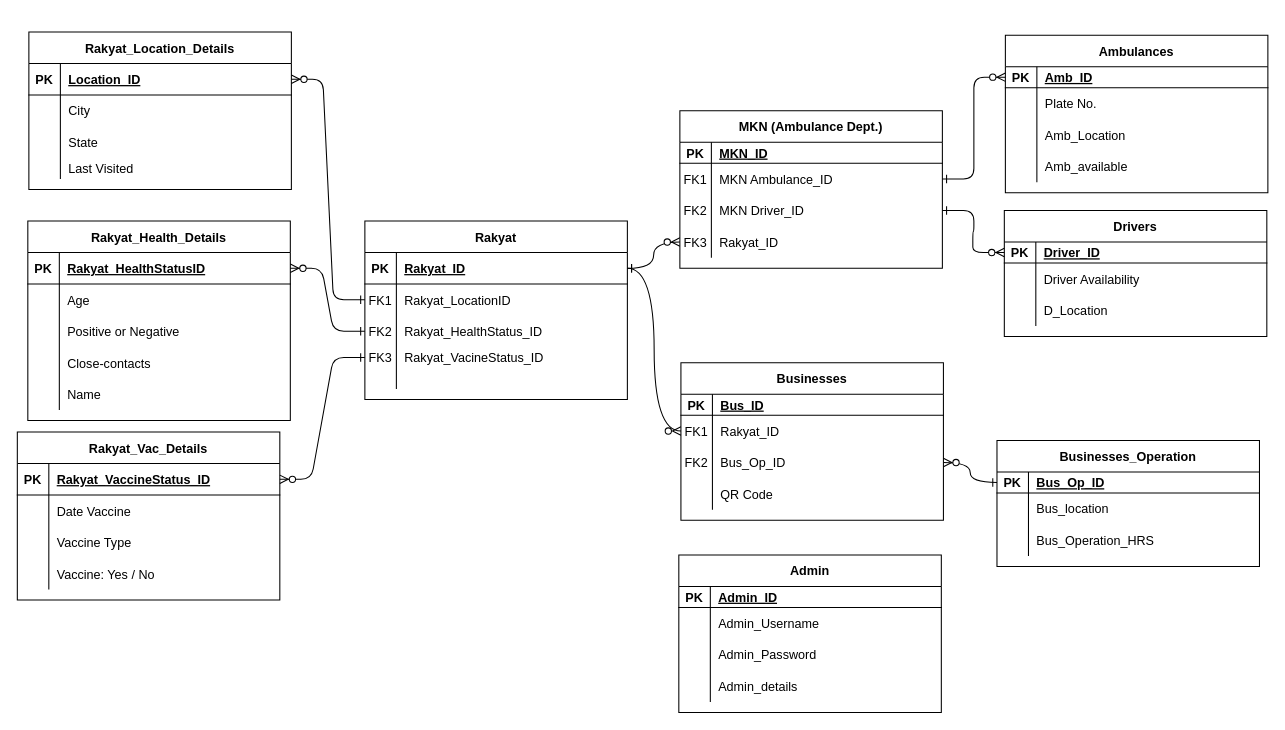
Before: ERD2.drawio in AmirAini/BackEndDay1, a draw.io diagram. Source tidied: cells renumbered, new cells numbered last; positions are measured from the earlier drawing's top-left corner, leaving out a move shared by most shapes. Both pictures are drawn from the tidied source at 105%, with x=0, y=0 at pixel (17, 32).
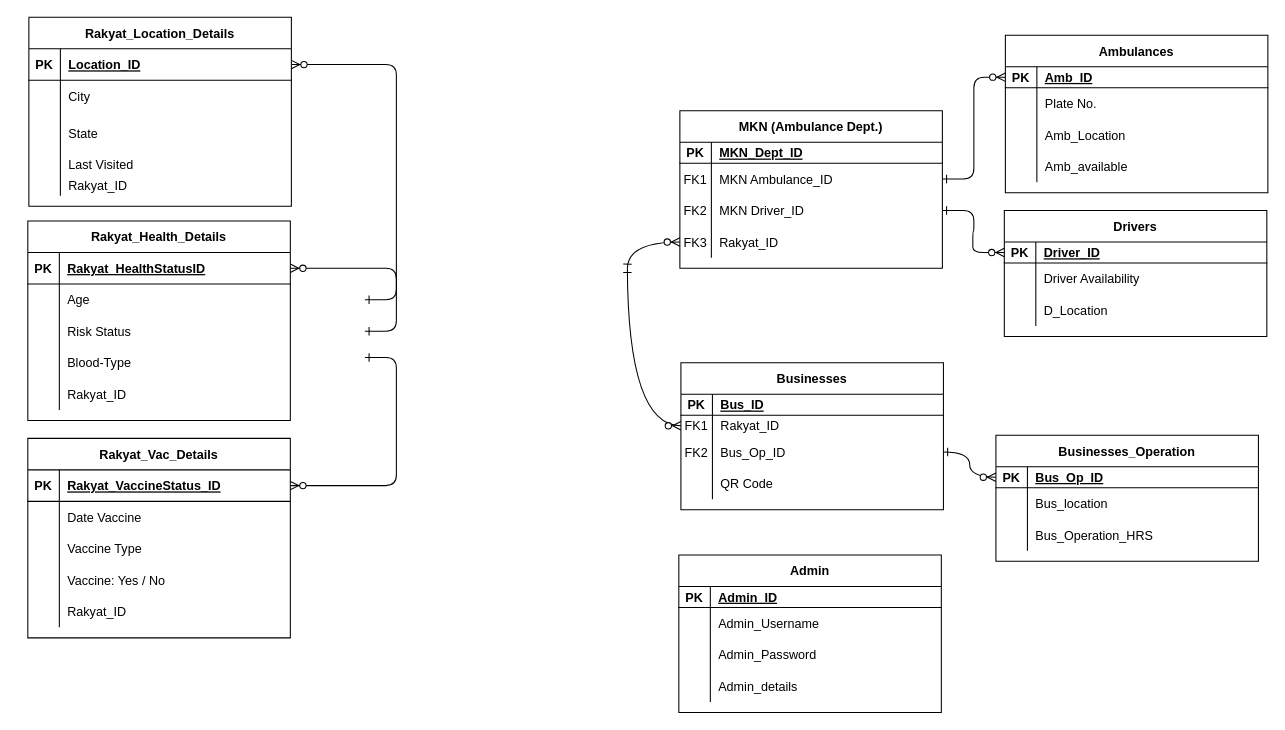
After the change.

Unchanged cells that the change refers to:
```xml
<mxCell id="21" style="shape=partialRectangle;fillColor=none;top=0;left=0;right=0;bottom=1;" parent="20" vertex="1">
  <mxGeometry y="30" width="250" height="20" as="geometry" />
</mxCell>
<mxCell id="30" style="shape=partialRectangle;fillColor=none;points=[[0,0.5],[1,0.5]];portConstraint=eastwest;top=0;left=0;right=0;bottom=0;" parent="20" vertex="1">
  <mxGeometry y="110" width="250" height="30" as="geometry" />
</mxCell>
<mxCell id="71" style="shape=partialRectangle;fillColor=none;points=[[0,0.5],[1,0.5]];portConstraint=eastwest;top=0;left=0;right=0;bottom=1;" parent="70" vertex="1">
  <mxGeometry y="30" width="250" height="30" as="geometry" />
</mxCell>
<mxCell id="83" value="Rakyat_Health_Details" style="shape=table;startSize=30;childLayout=tableLayout;rowLines=0;fontStyle=1;align=center;" parent="1" vertex="1">
  <mxGeometry x="10" y="180" width="250" height="190" as="geometry" />
</mxCell>
<mxCell id="84" style="shape=partialRectangle;fillColor=none;points=[[0,0.5],[1,0.5]];portConstraint=eastwest;top=0;left=0;right=0;bottom=1;" parent="83" vertex="1">
  <mxGeometry y="30" width="250" height="30" as="geometry" />
</mxCell>
<mxCell id="90" style="shape=partialRectangle;fillColor=none;top=0;left=0;right=0;bottom=0;" parent="83" vertex="1">
  <mxGeometry y="90" width="250" height="30" as="geometry" />
</mxCell>
<mxCell id="93" style="shape=partialRectangle;fillColor=none;top=0;left=0;right=0;bottom=0;" parent="83" vertex="1">
  <mxGeometry y="120" width="250" height="30" as="geometry" />
</mxCell>
<mxCell id="100" style="shape=partialRectangle;fillColor=none;points=[[0,0.5],[1,0.5]];portConstraint=eastwest;top=0;left=0;right=0;bottom=1;" parent="99" vertex="1">
  <mxGeometry y="30" width="250" height="30" as="geometry" />
</mxCell>
<mxCell id="117" style="shape=partialRectangle;fillColor=none;points=[[0,0.5],[1,0.5]];portConstraint=eastwest;top=0;left=0;right=0;bottom=1;" parent="116" vertex="1">
  <mxGeometry y="30" width="250" height="20" as="geometry" />
</mxCell>
```

The edit, as a diff of the source:
```diff
@@
-    <mxCell id="2" style="edgeStyle=orthogonalEdgeStyle;endArrow=ERzeroToMany;startArrow=ERone;endFill=1;startFill=0;entryX=0;entryY=0.5;entryDx=0;entryDy=0;curved=1;" parent="1" edge="1" source="5" target="30">
-      <mxGeometry relative="1" as="geometry" />
+    <mxCell id="2" style="edgeStyle=orthogonalEdgeStyle;endArrow=ERzeroToMany;startArrow=ERone;endFill=1;startFill=0;entryX=0;entryY=0.5;entryDx=0;entryDy=0;curved=1;" parent="1" edge="1" target="30">
+      <mxGeometry relative="1" as="geometry">
+        <mxPoint x="581" y="225" as="sourcePoint" />
+      </mxGeometry>
     </mxCell>
@@
-    <mxCell id="4" value="Rakyat" style="shape=table;startSize=30;childLayout=tableLayout;rowLines=0;fontStyle=1;align=center;" parent="1" vertex="1">
-      <mxGeometry x="331" y="180" width="250" height="170" as="geometry" />
-    </mxCell>
-    <mxCell id="5" style="shape=partialRectangle;fillColor=none;points=[[0,0.5],[1,0.5]];portConstraint=eastwest;top=0;left=0;right=0;bottom=1;" parent="4" vertex="1">
-      <mxGeometry y="30" width="250" height="30" as="geometry" />
-    </mxCell>
-    <mxCell id="6" value="PK" style="shape=partialRectangle;overflow=hidden;fillColor=none;top=0;left=0;bottom=0;right=0;fontStyle=1;" parent="5" vertex="1">
-      <mxGeometry width="30" height="30" as="geometry" />
-    </mxCell>
-    <mxCell id="7" value="Rakyat_ID" style="shape=partialRectangle;overflow=hidden;fillColor=none;top=0;left=0;bottom=0;right=0;align=left;spacingLeft=6;fontStyle=5;" parent="5" vertex="1">
-      <mxGeometry x="30" width="220" height="30" as="geometry" />
-    </mxCell>
-    <mxCell id="8" style="shape=partialRectangle;fillColor=none;points=[[0,0.5],[1,0.5]];portConstraint=eastwest;top=0;left=0;right=0;bottom=0;" parent="4" vertex="1">
-      <mxGeometry y="60" width="250" height="30" as="geometry" />
-    </mxCell>
-    <mxCell id="9" value="FK1" style="shape=partialRectangle;overflow=hidden;fillColor=none;top=0;left=0;bottom=0;right=0;" parent="8" vertex="1">
-      <mxGeometry width="30" height="30" as="geometry" />
-    </mxCell>
-    <mxCell id="10" value="Rakyat_LocationID" style="shape=partialRectangle;overflow=hidden;fillColor=none;top=0;left=0;bottom=0;right=0;align=left;spacingLeft=6;" parent="8" vertex="1">
-      <mxGeometry x="30" width="220" height="30" as="geometry" />
-    </mxCell>
-    <mxCell id="11" style="shape=partialRectangle;fillColor=none;points=[[0,0.5],[1,0.5]];portConstraint=eastwest;top=0;left=0;right=0;bottom=0;" parent="4" vertex="1">
-      <mxGeometry y="90" width="250" height="30" as="geometry" />
-    </mxCell>
-    <mxCell id="12" value="FK2" style="shape=partialRectangle;overflow=hidden;fillColor=none;top=0;left=0;bottom=0;right=0;" parent="11" vertex="1">
-      <mxGeometry width="30" height="30" as="geometry" />
-    </mxCell>
-    <mxCell id="13" value="Rakyat_HealthStatus_ID" style="shape=partialRectangle;overflow=hidden;fillColor=none;top=0;left=0;bottom=0;right=0;align=left;spacingLeft=6;" parent="11" vertex="1">
-      <mxGeometry x="30" width="220" height="30" as="geometry" />
-    </mxCell>
-    <mxCell id="14" style="shape=partialRectangle;fillColor=none;points=[[0,0.5],[1,0.5]];portConstraint=eastwest;top=0;left=0;right=0;bottom=0;" parent="4" vertex="1">
-      <mxGeometry y="120" width="250" height="20" as="geometry" />
-    </mxCell>
-    <mxCell id="15" value="FK3" style="shape=partialRectangle;overflow=hidden;fillColor=none;top=0;left=0;bottom=0;right=0;" parent="14" vertex="1">
-      <mxGeometry width="30" height="20" as="geometry" />
-    </mxCell>
-    <mxCell id="16" value="Rakyat_VacineStatus_ID" style="shape=partialRectangle;overflow=hidden;fillColor=none;top=0;left=0;bottom=0;right=0;align=left;spacingLeft=6;" parent="14" vertex="1">
-      <mxGeometry x="30" width="220" height="20" as="geometry" />
-    </mxCell>
-    <mxCell id="17" style="shape=partialRectangle;fillColor=none;top=0;left=0;right=0;bottom=0;" parent="4" vertex="1">
-      <mxGeometry y="140" width="250" height="20" as="geometry" />
-    </mxCell>
-    <mxCell id="18" style="shape=partialRectangle;overflow=hidden;fillColor=none;top=0;left=0;bottom=0;right=0;" parent="17" vertex="1">
-      <mxGeometry width="30" height="20" as="geometry" />
-    </mxCell>
-    <mxCell id="19" style="shape=partialRectangle;overflow=hidden;fillColor=none;top=0;left=0;bottom=0;right=0;align=left;spacingLeft=6;" parent="17" vertex="1">
-      <mxGeometry x="30" width="220" height="20" as="geometry" />
-    </mxCell>
@@
-    <mxCell id="23" value="MKN_ID" style="shape=partialRectangle;overflow=hidden;fillColor=none;top=0;left=0;bottom=0;right=0;align=left;spacingLeft=6;fontStyle=5;" parent="21" vertex="1">
+    <mxCell id="23" value="MKN_Dept_ID" style="shape=partialRectangle;overflow=hidden;fillColor=none;top=0;left=0;bottom=0;right=0;align=left;spacingLeft=6;fontStyle=5;" parent="21" vertex="1">
       <mxGeometry x="30" width="220" height="20" as="geometry" />
     </mxCell>
@@
     <mxCell id="33" value="Businesses" style="shape=table;startSize=30;childLayout=tableLayout;rowLines=0;fontStyle=1;align=center;" parent="1" vertex="1">
-      <mxGeometry x="632" y="315" width="250" height="150" as="geometry" />
+      <mxGeometry x="632" y="315" width="250" height="140" as="geometry" />
     </mxCell>
@@
     <mxCell id="37" style="shape=partialRectangle;fillColor=none;points=[[0,0.5],[1,0.5]];portConstraint=eastwest;top=0;left=0;right=0;bottom=0;" parent="33" vertex="1">
-      <mxGeometry y="50" width="250" height="30" as="geometry" />
+      <mxGeometry y="50" width="250" height="20" as="geometry" />
     </mxCell>
     <mxCell id="38" value="FK1" style="shape=partialRectangle;overflow=hidden;fillColor=none;top=0;left=0;bottom=0;right=0;" parent="37" vertex="1">
-      <mxGeometry width="30" height="30" as="geometry" />
+      <mxGeometry width="30" height="20" as="geometry" />
     </mxCell>
     <mxCell id="39" value="Rakyat_ID" style="shape=partialRectangle;overflow=hidden;fillColor=none;top=0;left=0;bottom=0;right=0;align=left;spacingLeft=6;" parent="37" vertex="1">
-      <mxGeometry x="30" width="220" height="30" as="geometry" />
+      <mxGeometry x="30" width="220" height="20" as="geometry" />
     </mxCell>
     <mxCell id="40" style="shape=partialRectangle;fillColor=none;points=[[0,0.5],[1,0.5]];portConstraint=eastwest;top=0;left=0;right=0;bottom=0;" parent="33" vertex="1">
-      <mxGeometry y="80" width="250" height="30" as="geometry" />
+      <mxGeometry y="70" width="250" height="30" as="geometry" />
     </mxCell>
@@
     <mxCell id="43" style="shape=partialRectangle;fillColor=none;top=0;left=0;right=0;bottom=0;" parent="33" vertex="1">
-      <mxGeometry y="110" width="250" height="30" as="geometry" />
+      <mxGeometry y="100" width="250" height="30" as="geometry" />
     </mxCell>
@@
     <mxCell id="70" value="Rakyat_Location_Details" style="shape=table;startSize=30;childLayout=tableLayout;rowLines=0;fontStyle=1;align=center;" parent="1" vertex="1">
-      <mxGeometry x="11" width="250" height="150" as="geometry" />
+      <mxGeometry x="11" y="-14" width="250" height="180" as="geometry" />
     </mxCell>
@@
     <mxCell id="77" style="shape=partialRectangle;fillColor=none;top=0;left=0;right=0;bottom=0;" parent="70" vertex="1">
-      <mxGeometry y="90" width="250" height="30" as="geometry" />
+      <mxGeometry y="90" width="250" height="40" as="geometry" />
     </mxCell>
     <mxCell id="78" style="shape=partialRectangle;overflow=hidden;fillColor=none;top=0;left=0;bottom=0;right=0;" parent="77" vertex="1">
-      <mxGeometry width="30" height="30" as="geometry" />
+      <mxGeometry width="30" height="40" as="geometry" />
     </mxCell>
     <mxCell id="79" value="State" style="shape=partialRectangle;overflow=hidden;fillColor=none;top=0;left=0;bottom=0;right=0;align=left;spacingLeft=6;" parent="77" vertex="1">
-      <mxGeometry x="30" width="220" height="30" as="geometry" />
+      <mxGeometry x="30" width="220" height="40" as="geometry" />
     </mxCell>
     <mxCell id="80" style="shape=partialRectangle;fillColor=none;top=0;left=0;right=0;bottom=0;" parent="70" vertex="1">
-      <mxGeometry y="120" width="250" height="20" as="geometry" />
+      <mxGeometry y="130" width="250" height="20" as="geometry" />
     </mxCell>
@@
+    <mxCell id="140" style="shape=partialRectangle;fillColor=none;top=0;left=0;right=0;bottom=0;" parent="70" vertex="1">
+      <mxGeometry y="150" width="250" height="20" as="geometry" />
+    </mxCell>
+    <mxCell id="18" style="shape=partialRectangle;overflow=hidden;fillColor=none;top=0;left=0;bottom=0;right=0;" parent="140" vertex="1">
+      <mxGeometry width="30" height="20" as="geometry" />
+    </mxCell>
+    <mxCell id="141" value="Rakyat_ID" style="shape=partialRectangle;overflow=hidden;fillColor=none;top=0;left=0;bottom=0;right=0;align=left;spacingLeft=6;" parent="140" vertex="1">
+      <mxGeometry x="30" width="220" height="20" as="geometry" />
+    </mxCell>
@@
-    <mxCell id="92" value="Positive or Negative" style="shape=partialRectangle;overflow=hidden;fillColor=none;top=0;left=0;bottom=0;right=0;align=left;spacingLeft=6;" parent="90" vertex="1">
+    <mxCell id="92" value="Risk Status" style="shape=partialRectangle;overflow=hidden;fillColor=none;top=0;left=0;bottom=0;right=0;align=left;spacingLeft=6;" parent="90" vertex="1">
       <mxGeometry x="30" width="220" height="30" as="geometry" />
     </mxCell>
@@
-    <mxCell id="95" value="Close-contacts" style="shape=partialRectangle;overflow=hidden;fillColor=none;top=0;left=0;bottom=0;right=0;align=left;spacingLeft=6;" parent="93" vertex="1">
+    <mxCell id="95" value="Blood-Type" style="shape=partialRectangle;overflow=hidden;fillColor=none;top=0;left=0;bottom=0;right=0;align=left;spacingLeft=6;" parent="93" vertex="1">
       <mxGeometry x="30" width="220" height="30" as="geometry" />
     </mxCell>
-    <mxCell id="96" style="shape=partialRectangle;fillColor=none;top=0;left=0;right=0;bottom=0;" parent="83" vertex="1">
-      <mxGeometry y="150" width="250" height="30" as="geometry" />
-    </mxCell>
-    <mxCell id="97" style="shape=partialRectangle;overflow=hidden;fillColor=none;top=0;left=0;bottom=0;right=0;" parent="96" vertex="1">
-      <mxGeometry width="30" height="30" as="geometry" />
-    </mxCell>
-    <mxCell id="98" value="Name" style="shape=partialRectangle;overflow=hidden;fillColor=none;top=0;left=0;bottom=0;right=0;align=left;spacingLeft=6;" parent="96" vertex="1">
-      <mxGeometry x="30" width="220" height="30" as="geometry" />
-    </mxCell>
+    <mxCell id="142" style="shape=partialRectangle;fillColor=none;top=0;left=0;right=0;bottom=0;" parent="83" vertex="1">
+      <mxGeometry y="150" width="250" height="30" as="geometry" />
+    </mxCell>
+    <mxCell id="143" style="shape=partialRectangle;overflow=hidden;fillColor=none;top=0;left=0;bottom=0;right=0;" parent="142" vertex="1">
+      <mxGeometry width="30" height="30" as="geometry" />
+    </mxCell>
+    <mxCell id="144" value="Rakyat_ID" style="shape=partialRectangle;overflow=hidden;fillColor=none;top=0;left=0;bottom=0;right=0;align=left;spacingLeft=6;" parent="142" vertex="1">
+      <mxGeometry x="30" width="220" height="30" as="geometry" />
+    </mxCell>
     <mxCell id="99" value="Rakyat_Vac_Details" style="shape=table;startSize=30;childLayout=tableLayout;rowLines=0;fontStyle=1;align=center;" parent="1" vertex="1">
-      <mxGeometry y="381" width="250" height="160" as="geometry" />
+      <mxGeometry x="10" y="387" width="250" height="190" as="geometry" />
     </mxCell>
@@
+    <mxCell id="145" style="shape=partialRectangle;fillColor=none;top=0;left=0;right=0;bottom=0;" parent="99" vertex="1">
+      <mxGeometry y="150" width="250" height="30" as="geometry" />
+    </mxCell>
+    <mxCell id="146" style="shape=partialRectangle;overflow=hidden;fillColor=none;top=0;left=0;bottom=0;right=0;" parent="145" vertex="1">
+      <mxGeometry width="30" height="30" as="geometry" />
+    </mxCell>
+    <mxCell id="147" value="Rakyat_ID" style="shape=partialRectangle;overflow=hidden;fillColor=none;top=0;left=0;bottom=0;right=0;align=left;spacingLeft=6;" parent="145" vertex="1">
+      <mxGeometry x="30" width="220" height="30" as="geometry" />
+    </mxCell>
-    <mxCell id="112" style="edgeStyle=entityRelationEdgeStyle;endArrow=ERzeroToMany;startArrow=ERone;endFill=1;startFill=0;exitX=0;exitY=0.5;exitDx=0;exitDy=0;" parent="1" edge="1" source="8" target="71">
-      <mxGeometry relative="1" as="geometry" />
+    <mxCell id="112" style="edgeStyle=entityRelationEdgeStyle;endArrow=ERzeroToMany;startArrow=ERone;endFill=1;startFill=0;exitX=0;exitY=0.5;exitDx=0;exitDy=0;" parent="1" edge="1" target="71">
+      <mxGeometry relative="1" as="geometry">
+        <mxPoint x="331" y="255" as="sourcePoint" />
+      </mxGeometry>
     </mxCell>
-    <mxCell id="113" style="edgeStyle=entityRelationEdgeStyle;endArrow=ERzeroToMany;startArrow=ERone;endFill=1;startFill=0;exitX=0;exitY=0.5;exitDx=0;exitDy=0;entryX=1;entryY=0.5;entryDx=0;entryDy=0;" parent="1" edge="1" source="11" target="84">
-      <mxGeometry relative="1" as="geometry" />
+    <mxCell id="113" style="edgeStyle=entityRelationEdgeStyle;endArrow=ERzeroToMany;startArrow=ERone;endFill=1;startFill=0;exitX=0;exitY=0.5;exitDx=0;exitDy=0;entryX=1;entryY=0.5;entryDx=0;entryDy=0;" parent="1" edge="1" target="84">
+      <mxGeometry relative="1" as="geometry">
+        <mxPoint x="331" y="285" as="sourcePoint" />
+      </mxGeometry>
     </mxCell>
-    <mxCell id="114" style="edgeStyle=entityRelationEdgeStyle;endArrow=ERzeroToMany;startArrow=ERone;endFill=1;startFill=0;entryX=1;entryY=0.5;entryDx=0;entryDy=0;" parent="1" edge="1" source="14" target="100">
-      <mxGeometry relative="1" as="geometry" />
+    <mxCell id="114" style="edgeStyle=entityRelationEdgeStyle;endArrow=ERzeroToMany;startArrow=ERone;endFill=1;startFill=0;entryX=1;entryY=0.5;entryDx=0;entryDy=0;" parent="1" edge="1" target="100">
+      <mxGeometry relative="1" as="geometry">
+        <mxPoint x="331" y="310" as="sourcePoint" />
+      </mxGeometry>
     </mxCell>
-    <mxCell id="115" style="edgeStyle=orthogonalEdgeStyle;endArrow=ERzeroToMany;startArrow=ERone;endFill=1;startFill=0;curved=1;" parent="1" edge="1" source="5" target="37">
-      <mxGeometry relative="1" as="geometry" />
+    <mxCell id="115" style="edgeStyle=orthogonalEdgeStyle;endArrow=ERzeroToMany;startArrow=ERone;endFill=1;startFill=0;curved=1;" parent="1" edge="1" target="37">
+      <mxGeometry relative="1" as="geometry">
+        <mxPoint x="581" y="225" as="sourcePoint" />
+      </mxGeometry>
     </mxCell>
     <mxCell id="116" value="Businesses_Operation" style="shape=table;startSize=30;childLayout=tableLayout;rowLines=0;fontStyle=1;align=center;" parent="1" vertex="1">
-      <mxGeometry x="933" y="389" width="250" height="120" as="geometry" />
+      <mxGeometry x="932" y="384" width="250" height="120" as="geometry" />
     </mxCell>
@@
-    <mxCell id="126" style="edgeStyle=orthogonalEdgeStyle;endArrow=ERzeroToMany;startArrow=ERone;endFill=1;startFill=0;curved=1;" parent="1" edge="1" source="117" target="40">
+    <mxCell id="126" style="edgeStyle=orthogonalEdgeStyle;endArrow=ERzeroToMany;startArrow=ERone;endFill=1;startFill=0;curved=1;" parent="1" edge="1" source="40" target="117">
       <mxGeometry relative="1" as="geometry" />
     </mxCell>
```
